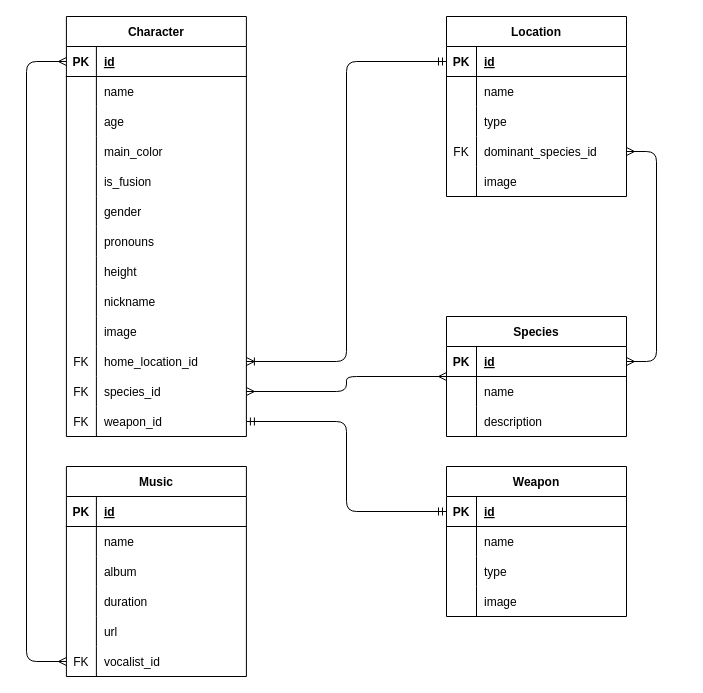
This is db-model.drawio from LiviaDevolder/clear-sale, a draw.io file, before an edit. Source tidied: cells renumbered, new cells numbered last; positions are measured from the earlier drawing's top-left corner, leaving out a move shared by most shapes. Both pictures are drawn from the tidied source at 100%, with x=0, y=0 at pixel (26, 16).
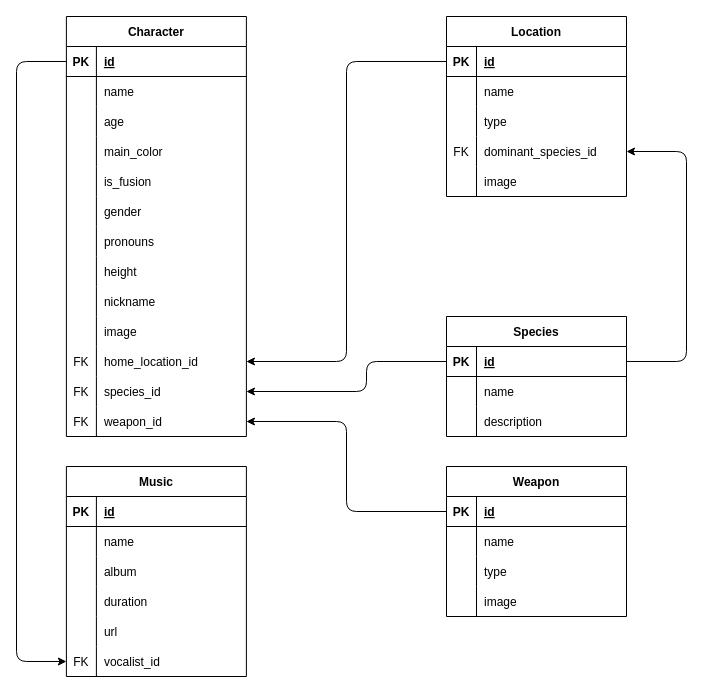
The same page after the edit.

Commit message:
docs: db model relations

Unchanged cells that the change refers to:
```xml
<mxCell id="3" style="shape=tableRow;horizontal=0;startSize=0;swimlaneHead=0;swimlaneBody=0;fillColor=none;points=[[0,0.5],[1,0.5]];portConstraint=eastwest;top=0;left=0;right=0;bottom=1;" parent="2" vertex="1">
  <mxGeometry y="30" width="180" height="30" as="geometry" />
</mxCell>
<mxCell id="33" style="shape=tableRow;horizontal=0;startSize=0;swimlaneHead=0;swimlaneBody=0;fillColor=none;points=[[0,0.5],[1,0.5]];portConstraint=eastwest;top=0;left=0;right=0;bottom=0;" parent="2" vertex="1">
  <mxGeometry y="330" width="180" height="30" as="geometry" />
</mxCell>
<mxCell id="36" style="shape=tableRow;horizontal=0;startSize=0;swimlaneHead=0;swimlaneBody=0;fillColor=none;points=[[0,0.5],[1,0.5]];portConstraint=eastwest;top=0;left=0;right=0;bottom=0;" parent="2" vertex="1">
  <mxGeometry y="360" width="180" height="30" as="geometry" />
</mxCell>
<mxCell id="39" style="shape=tableRow;horizontal=0;startSize=0;swimlaneHead=0;swimlaneBody=0;fillColor=none;points=[[0,0.5],[1,0.5]];portConstraint=eastwest;top=0;left=0;right=0;bottom=0;" parent="2" vertex="1">
  <mxGeometry y="390" width="180" height="30" as="geometry" />
</mxCell>
<mxCell id="43" style="shape=tableRow;horizontal=0;startSize=0;swimlaneHead=0;swimlaneBody=0;fillColor=none;points=[[0,0.5],[1,0.5]];portConstraint=eastwest;top=0;left=0;right=0;bottom=1;" parent="42" vertex="1">
  <mxGeometry y="30" width="180" height="30" as="geometry" />
</mxCell>
<mxCell id="52" style="shape=tableRow;horizontal=0;startSize=0;swimlaneHead=0;swimlaneBody=0;fillColor=none;points=[[0,0.5],[1,0.5]];portConstraint=eastwest;top=0;left=0;right=0;bottom=0;" parent="42" vertex="1">
  <mxGeometry y="120" width="180" height="30" as="geometry" />
</mxCell>
<mxCell id="59" style="shape=tableRow;horizontal=0;startSize=0;swimlaneHead=0;swimlaneBody=0;fillColor=none;points=[[0,0.5],[1,0.5]];portConstraint=eastwest;top=0;left=0;right=0;bottom=1;" parent="58" vertex="1">
  <mxGeometry y="30" width="180" height="30" as="geometry" />
</mxCell>
<mxCell id="87" style="shape=tableRow;horizontal=0;startSize=0;swimlaneHead=0;swimlaneBody=0;fillColor=none;points=[[0,0.5],[1,0.5]];portConstraint=eastwest;top=0;left=0;right=0;bottom=0;" parent="71" vertex="1">
  <mxGeometry y="180" width="180" height="30" as="geometry" />
</mxCell>
<mxCell id="90" value="Species" style="shape=table;startSize=30;childLayout=tableLayout;rowLines=0;fontStyle=1;align=center;" parent="1" vertex="1">
  <mxGeometry x="420" y="300" width="180" height="120" as="geometry" />
</mxCell>
<mxCell id="91" style="shape=tableRow;horizontal=0;startSize=0;swimlaneHead=0;swimlaneBody=0;fillColor=none;points=[[0,0.5],[1,0.5]];portConstraint=eastwest;top=0;left=0;right=0;bottom=1;" parent="90" vertex="1">
  <mxGeometry y="30" width="180" height="30" as="geometry" />
</mxCell>
```

What changed in the source:
```diff
@@
-    <mxCell id="100" style="edgeStyle=orthogonalEdgeStyle;fontSize=12;html=1;endArrow=ERmany;startArrow=ERmany;exitX=0;exitY=0.5;exitDx=0;exitDy=0;entryX=0;entryY=0.5;entryDx=0;entryDy=0;" parent="1" edge="1" source="87" target="3">
-      <mxGeometry relative="1" as="geometry">
-        <Array as="points">
-          <mxPoint y="645" />
-          <mxPoint y="45" />
-        </Array>
-      </mxGeometry>
-    </mxCell>
-    <mxCell id="101" style="edgeStyle=orthogonalEdgeStyle;fontSize=12;html=1;endArrow=ERmandOne;startArrow=ERmandOne;entryX=0;entryY=0.5;entryDx=0;entryDy=0;exitX=1;exitY=0.5;exitDx=0;exitDy=0;" parent="1" edge="1" source="39" target="59">
-      <mxGeometry relative="1" as="geometry" />
-    </mxCell>
-    <mxCell id="102" style="edgeStyle=orthogonalEdgeStyle;fontSize=12;html=1;endArrow=ERmany;startArrow=ERmany;entryX=0;entryY=0.5;entryDx=0;entryDy=0;exitX=1;exitY=0.5;exitDx=0;exitDy=0;" parent="1" edge="1" source="36" target="90">
-      <mxGeometry relative="1" as="geometry" />
-    </mxCell>
-    <mxCell id="103" style="edgeStyle=orthogonalEdgeStyle;fontSize=12;html=1;endArrow=ERoneToMany;startArrow=ERmandOne;entryX=1;entryY=0.5;entryDx=0;entryDy=0;exitX=0;exitY=0.5;exitDx=0;exitDy=0;" parent="1" edge="1" source="43" target="33">
+    <mxCell id="103" style="edgeStyle=orthogonalEdgeStyle;html=1;exitX=0;exitY=0.5;exitDx=0;exitDy=0;entryX=1;entryY=0.5;entryDx=0;entryDy=0;" parent="1" edge="1" source="43" target="33">
       <mxGeometry relative="1" as="geometry" />
     </mxCell>
-    <mxCell id="104" style="edgeStyle=entityRelationEdgeStyle;fontSize=12;html=1;endArrow=ERmany;startArrow=ERmany;entryX=1;entryY=0.5;entryDx=0;entryDy=0;exitX=1;exitY=0.5;exitDx=0;exitDy=0;" parent="1" edge="1" source="91" target="52">
-      <mxGeometry relative="1" as="geometry" />
+    <mxCell id="104" style="edgeStyle=orthogonalEdgeStyle;html=1;exitX=1;exitY=0.5;exitDx=0;exitDy=0;entryX=1;entryY=0.5;entryDx=0;entryDy=0;" parent="1" edge="1" source="91" target="52">
+      <mxGeometry relative="1" as="geometry">
+        <Array as="points">
+          <mxPoint x="660" y="345" />
+          <mxPoint x="660" y="135" />
+        </Array>
+      </mxGeometry>
     </mxCell>
+    <mxCell id="105" style="edgeStyle=orthogonalEdgeStyle;html=1;exitX=0;exitY=0.5;exitDx=0;exitDy=0;entryX=1;entryY=0.5;entryDx=0;entryDy=0;" parent="1" edge="1" source="91" target="36">
+      <mxGeometry relative="1" as="geometry">
+        <Array as="points">
+          <mxPoint x="340" y="345" />
+          <mxPoint x="340" y="375" />
+        </Array>
+      </mxGeometry>
+    </mxCell>
+    <mxCell id="106" style="edgeStyle=orthogonalEdgeStyle;html=1;exitX=0;exitY=0.5;exitDx=0;exitDy=0;entryX=1;entryY=0.5;entryDx=0;entryDy=0;" parent="1" edge="1" source="59" target="39">
+      <mxGeometry relative="1" as="geometry" />
+    </mxCell>
+    <mxCell id="107" style="edgeStyle=orthogonalEdgeStyle;html=1;exitX=0;exitY=0.5;exitDx=0;exitDy=0;entryX=0;entryY=0.5;entryDx=0;entryDy=0;" parent="1" edge="1" source="3" target="87">
+      <mxGeometry relative="1" as="geometry">
+        <Array as="points">
+          <mxPoint x="-10" y="45" />
+          <mxPoint x="-10" y="645" />
+        </Array>
+      </mxGeometry>
+    </mxCell>
```
